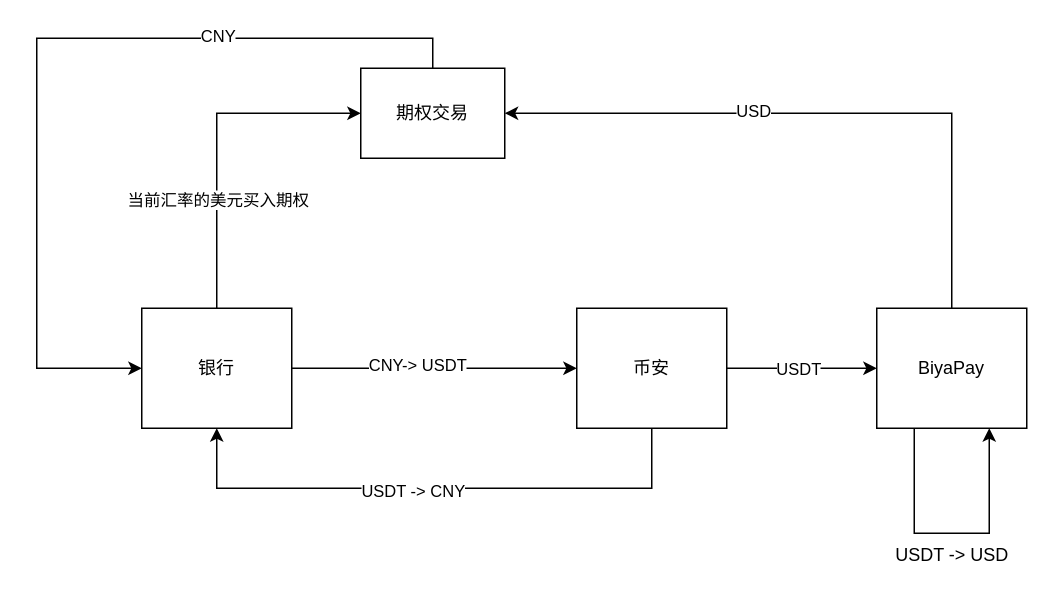
The draw.io diagram dk.drawio in ghostant-1017/draw-io, before the edit. Source tidied: cells renumbered, new cells numbered last; positions are measured from the earlier drawing's top-left corner, leaving out a move shared by most shapes. Both pictures are drawn from the tidied source at 150%, with x=0, y=0 at pixel (36, 38).
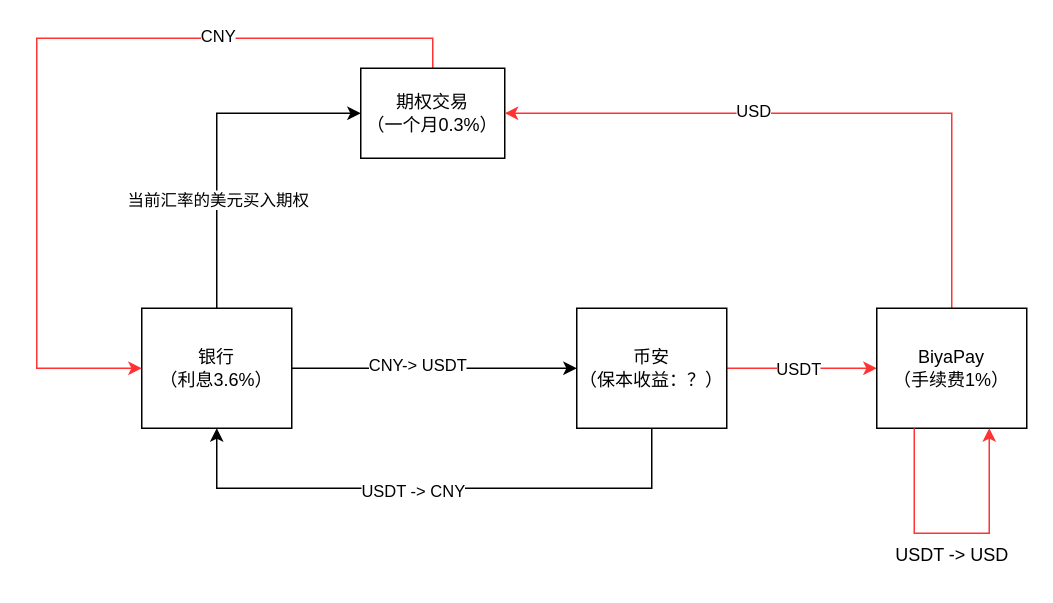
After the change.

Change to the diagram source:
```diff
@@
-    <mxCell id="6" value="银行" style="rounded=0;whiteSpace=wrap;html=1;" parent="1" vertex="1">
+    <mxCell id="6" value="银行&lt;div&gt;（利息3.6%）&lt;/div&gt;" style="rounded=0;whiteSpace=wrap;html=1;" parent="1" vertex="1">
       <mxGeometry x="70" y="180" width="100" height="80" as="geometry" />
     </mxCell>
@@
-    <mxCell id="9" style="edgeStyle=orthogonalEdgeStyle;rounded=0;jettySize=auto;html=1;exitX=1;exitY=0.5;exitDx=0;exitDy=0;entryX=0;entryY=0.5;entryDx=0;entryDy=0;" parent="1" edge="1" source="11" target="17">
+    <mxCell id="9" style="edgeStyle=orthogonalEdgeStyle;rounded=0;jettySize=auto;html=1;exitX=1;exitY=0.5;exitDx=0;exitDy=0;entryX=0;entryY=0.5;entryDx=0;entryDy=0;strokeColor=#FF3333;" parent="1" edge="1" source="11" target="17">
       <mxGeometry relative="1" as="geometry" />
     </mxCell>
@@
-    <mxCell id="11" value="币安" style="rounded=0;whiteSpace=wrap;html=1;" parent="1" vertex="1">
+    <mxCell id="11" value="币安&lt;div&gt;（保本收益：？）&lt;/div&gt;" style="rounded=0;whiteSpace=wrap;html=1;" parent="1" vertex="1">
       <mxGeometry x="360" y="180" width="100" height="80" as="geometry" />
     </mxCell>
-    <mxCell id="12" style="edgeStyle=orthogonalEdgeStyle;rounded=0;jettySize=auto;html=1;exitX=0.5;exitY=0;exitDx=0;exitDy=0;entryX=0;entryY=0.5;entryDx=0;entryDy=0;" parent="1" edge="1" source="14" target="6">
+    <mxCell id="12" style="edgeStyle=orthogonalEdgeStyle;rounded=0;jettySize=auto;html=1;exitX=0.5;exitY=0;exitDx=0;exitDy=0;entryX=0;entryY=0.5;entryDx=0;entryDy=0;strokeColor=#FF3333;" parent="1" edge="1" source="14" target="6">
       <mxGeometry relative="1" as="geometry">
         <Array as="points">
           <mxPoint x="264" />
           <mxPoint />
           <mxPoint y="220" />
         </Array>
       </mxGeometry>
     </mxCell>
@@
-    <mxCell id="14" value="期权交易" style="rounded=0;whiteSpace=wrap;html=1;" parent="1" vertex="1">
+    <mxCell id="14" value="期权交易&lt;div&gt;（一个月0.3%）&lt;/div&gt;" style="rounded=0;whiteSpace=wrap;html=1;" parent="1" vertex="1">
       <mxGeometry x="216" y="20" width="96" height="60" as="geometry" />
     </mxCell>
-    <mxCell id="15" style="edgeStyle=orthogonalEdgeStyle;rounded=0;jettySize=auto;html=1;exitX=0.5;exitY=0;exitDx=0;exitDy=0;entryX=1;entryY=0.5;entryDx=0;entryDy=0;" parent="1" edge="1" source="17" target="14">
+    <mxCell id="15" style="edgeStyle=orthogonalEdgeStyle;rounded=0;jettySize=auto;html=1;exitX=0.5;exitY=0;exitDx=0;exitDy=0;entryX=1;entryY=0.5;entryDx=0;entryDy=0;strokeColor=#FF3333;" parent="1" edge="1" source="17" target="14">
       <mxGeometry relative="1" as="geometry" />
     </mxCell>
@@
-    <mxCell id="17" value="BiyaPay" style="rounded=0;whiteSpace=wrap;html=1;" parent="1" vertex="1">
+    <mxCell id="17" value="BiyaPay&lt;div&gt;（手续费1%）&lt;/div&gt;" style="rounded=0;whiteSpace=wrap;html=1;" parent="1" vertex="1">
       <mxGeometry x="560" y="180" width="100" height="80" as="geometry" />
     </mxCell>
@@
-    <mxCell id="19" style="edgeStyle=orthogonalEdgeStyle;rounded=0;orthogonalLoop=1;jettySize=auto;html=1;exitX=0.25;exitY=1;exitDx=0;exitDy=0;entryX=0.75;entryY=1;entryDx=0;entryDy=0;" parent="1" edge="1" source="17" target="17">
+    <mxCell id="19" style="edgeStyle=orthogonalEdgeStyle;rounded=0;orthogonalLoop=1;jettySize=auto;html=1;exitX=0.25;exitY=1;exitDx=0;exitDy=0;entryX=0.75;entryY=1;entryDx=0;entryDy=0;strokeColor=#FF3333;" parent="1" edge="1" source="17" target="17">
       <mxGeometry relative="1" as="geometry">
         <Array as="points">
           <mxPoint x="585" y="330" />
           <mxPoint x="635" y="330" />
         </Array>
       </mxGeometry>
     </mxCell>
```
